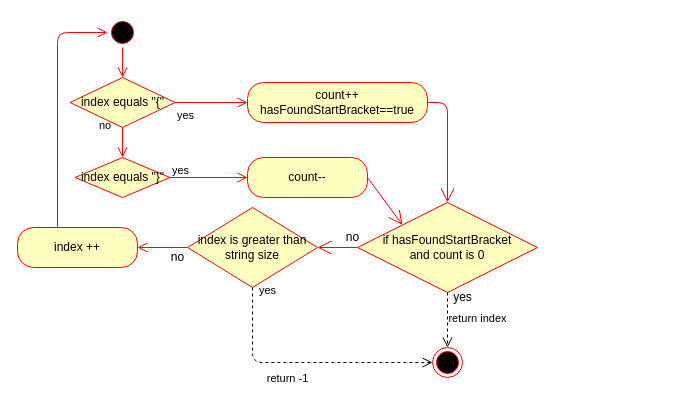
The draw.io diagram page "hasFoundEndBracket" (5 of 5) of UML/PickerStageUML.drawio in Eperty123/ArlaEksamen, before the edit. Source tidied: cells renumbered, new cells numbered last; positions are measured from the earlier drawing's top-left corner, leaving out a move shared by most shapes. Both pictures are drawn from the tidied source at 100%, with x=0, y=0 at pixel (17, 17).
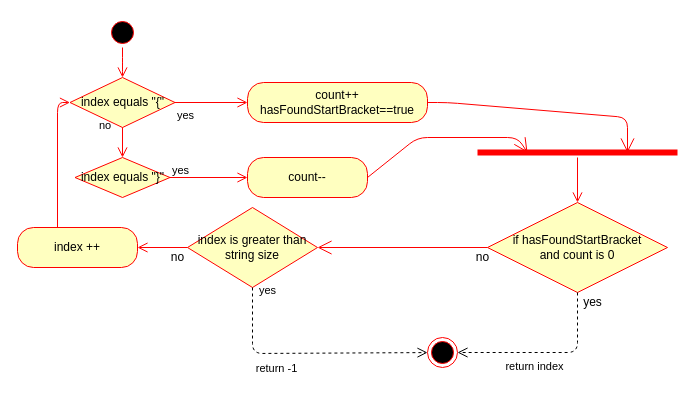
After the change.

The change refers to these unchanged cells:
```xml
<mxCell id="2" style="ellipse;html=1;shape=startState;fillColor=#000000;strokeColor=#ff0000;" parent="1" vertex="1">
  <mxGeometry x="90" width="30" height="30" as="geometry" />
</mxCell>
<mxCell id="9" value="count++&lt;br&gt;hasFoundStartBracket==true" style="rounded=1;whiteSpace=wrap;html=1;arcSize=40;fontColor=#000000;fillColor=#ffffc0;strokeColor=#ff0000;" parent="1" vertex="1">
  <mxGeometry x="230" y="65" width="180" height="40" as="geometry" />
</mxCell>
<mxCell id="10" value="count--" style="rounded=1;whiteSpace=wrap;html=1;arcSize=40;fontColor=#000000;fillColor=#ffffc0;strokeColor=#ff0000;" parent="1" vertex="1">
  <mxGeometry x="230" y="140" width="120" height="40" as="geometry" />
</mxCell>
<mxCell id="15" value="index is greater than string size" style="rhombus;whiteSpace=wrap;html=1;fillColor=#ffffc0;strokeColor=#ff0000;" parent="1" vertex="1">
  <mxGeometry x="170" y="190" width="130" height="80" as="geometry" />
</mxCell>
<mxCell id="17" value="index ++" style="rounded=1;whiteSpace=wrap;html=1;arcSize=40;fontColor=#000000;fillColor=#ffffc0;strokeColor=#ff0000;" parent="1" vertex="1">
  <mxGeometry y="210" width="120" height="40" as="geometry" />
</mxCell>
<mxCell id="22" value="index equals &quot;{&quot;" style="rhombus;whiteSpace=wrap;html=1;fillColor=#ffffc0;strokeColor=#ff0000;" parent="1" vertex="1">
  <mxGeometry x="52.5" y="60" width="105" height="50" as="geometry" />
</mxCell>
```

What changed in the source:
```diff
@@
-    <mxCell id="8" style="endArrow=open;endFill=1;endSize=12;html=1;strokeColor=#ff0000;" parent="1" edge="1" source="9" target="11">
+    <mxCell id="8" style="endArrow=open;endFill=1;endSize=12;html=1;strokeColor=#ff0000;entryX=0.75;entryY=0.5;entryDx=0;entryDy=0;entryPerimeter=0;" parent="1" edge="1" source="9" target="26">
       <mxGeometry relative="1" as="geometry">
         <Array as="points">
           <mxPoint x="430" y="85" />
+          <mxPoint x="610" y="100" />
         </Array>
       </mxGeometry>
     </mxCell>
@@
     <mxCell id="11" value="if hasFoundStartBracket&lt;br&gt;and count is 0" style="rhombus;whiteSpace=wrap;html=1;fillColor=#ffffc0;strokeColor=#ff0000;" parent="1" vertex="1">
-      <mxGeometry x="340" y="185" width="180" height="90" as="geometry" />
+      <mxGeometry x="470" y="185" width="180" height="90" as="geometry" />
     </mxCell>
     <mxCell id="12" style="ellipse;html=1;shape=endState;fillColor=#000000;strokeColor=#ff0000;" parent="1" vertex="1">
-      <mxGeometry x="415" y="330" width="30" height="30" as="geometry" />
+      <mxGeometry x="410" y="320" width="30" height="30" as="geometry" />
     </mxCell>
-    <mxCell id="13" value="return index" style="html=1;verticalAlign=bottom;endArrow=open;dashed=1;endSize=8;entryX=0.5;entryY=0;entryDx=0;entryDy=0;exitX=0.5;exitY=1;exitDx=0;exitDy=0;" parent="1" edge="1" source="11" target="12">
-      <mxGeometry x="0.27" y="30" relative="1" as="geometry" />
+    <mxCell id="13" value="return index" style="html=1;verticalAlign=bottom;endArrow=open;dashed=1;endSize=8;entryX=1;entryY=0.5;entryDx=0;entryDy=0;exitX=0.5;exitY=1;exitDx=0;exitDy=0;" parent="1" edge="1" source="11" target="12">
+      <mxGeometry x="0.15" y="23" relative="1" as="geometry">
+        <Array as="points">
+          <mxPoint x="560" y="335" />
+        </Array>
+      </mxGeometry>
     </mxCell>
     <mxCell id="14" value="yes" style="text;html=1;align=center;verticalAlign=middle;" parent="1" vertex="1">
-      <mxGeometry x="430" y="270" width="30" height="20" as="geometry" />
+      <mxGeometry x="560" y="275" width="30" height="20" as="geometry" />
     </mxCell>
@@
-    <mxCell id="18" style="edgeStyle=orthogonalEdgeStyle;html=1;verticalAlign=bottom;endArrow=open;endSize=8;strokeColor=#ff0000;entryX=0;entryY=0.5;entryDx=0;entryDy=0;" parent="1" edge="1" source="17" target="2">
+    <mxCell id="18" style="edgeStyle=orthogonalEdgeStyle;html=1;verticalAlign=bottom;endArrow=open;endSize=8;strokeColor=#ff0000;entryX=0;entryY=0.5;entryDx=0;entryDy=0;" parent="1" edge="1" source="17" target="22">
       <mxGeometry relative="1" as="geometry">
         <Array as="points">
-          <mxPoint x="40" y="15" />
+          <mxPoint x="40" y="85" />
         </Array>
       </mxGeometry>
     </mxCell>
@@
     <mxCell id="20" value="return -1" style="html=1;verticalAlign=bottom;endArrow=open;dashed=1;endSize=8;" parent="1" edge="1" source="15" target="12">
-      <mxGeometry x="-0.14" y="-25" relative="1" as="geometry">
+      <mxGeometry x="-0.25" y="-24" relative="1" as="geometry">
         <Array as="points">
-          <mxPoint x="235" y="345" />
+          <mxPoint x="235" y="336" />
         </Array>
       </mxGeometry>
     </mxCell>
@@
     <mxCell id="24" value="no" style="text;html=1;align=center;verticalAlign=middle;" parent="1" vertex="1">
-      <mxGeometry x="320" y="210" width="30" height="20" as="geometry" />
+      <mxGeometry x="450" y="230" width="30" height="20" as="geometry" />
     </mxCell>
-    <mxCell id="25" style="endArrow=open;endFill=1;endSize=12;html=1;exitX=1;exitY=0.5;exitDx=0;exitDy=0;entryX=0;entryY=0;entryDx=0;entryDy=0;strokeColor=#ff0000;" parent="1" edge="1" source="10" target="11">
-      <mxGeometry relative="1" as="geometry" />
+    <mxCell id="25" style="endArrow=open;endFill=1;endSize=12;html=1;exitX=1;exitY=0.5;exitDx=0;exitDy=0;entryX=0.25;entryY=0.5;entryDx=0;entryDy=0;strokeColor=#ff0000;entryPerimeter=0;" parent="1" edge="1" source="10" target="26">
+      <mxGeometry relative="1" as="geometry">
+        <Array as="points">
+          <mxPoint x="400" y="120" />
+          <mxPoint x="500" y="120" />
+        </Array>
+      </mxGeometry>
     </mxCell>
+    <mxCell id="26" style="shape=line;html=1;strokeWidth=6;strokeColor=#ff0000;" parent="1" vertex="1">
+      <mxGeometry x="460" y="130" width="200" height="10" as="geometry" />
+    </mxCell>
+    <mxCell id="27" style="edgeStyle=orthogonalEdgeStyle;html=1;verticalAlign=bottom;endArrow=open;endSize=8;strokeColor=#ff0000;" parent="1" edge="1" source="26" target="11">
+      <mxGeometry relative="1" as="geometry" />
+    </mxCell>
```
